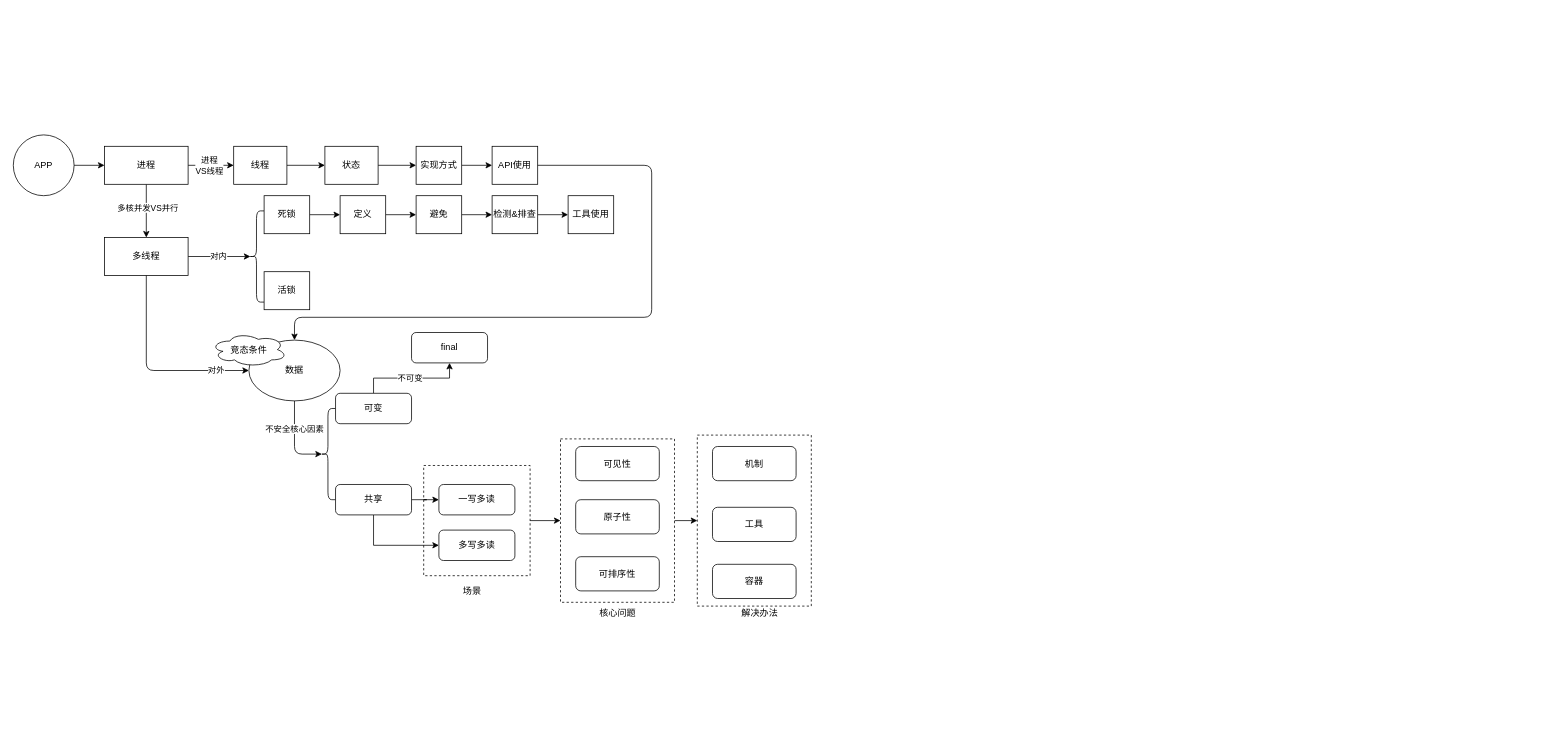
Before: 并发编程.drawio in xiaochengxinyizhan/Three-Year-Plan, a draw.io diagram. Source tidied: cells renumbered, new cells numbered last; positions are measured from the earlier drawing's top-left corner, leaving out a move shared by most shapes. Both pictures are drawn from the tidied source at 76%, with x=0, y=0 at pixel (13, 135).
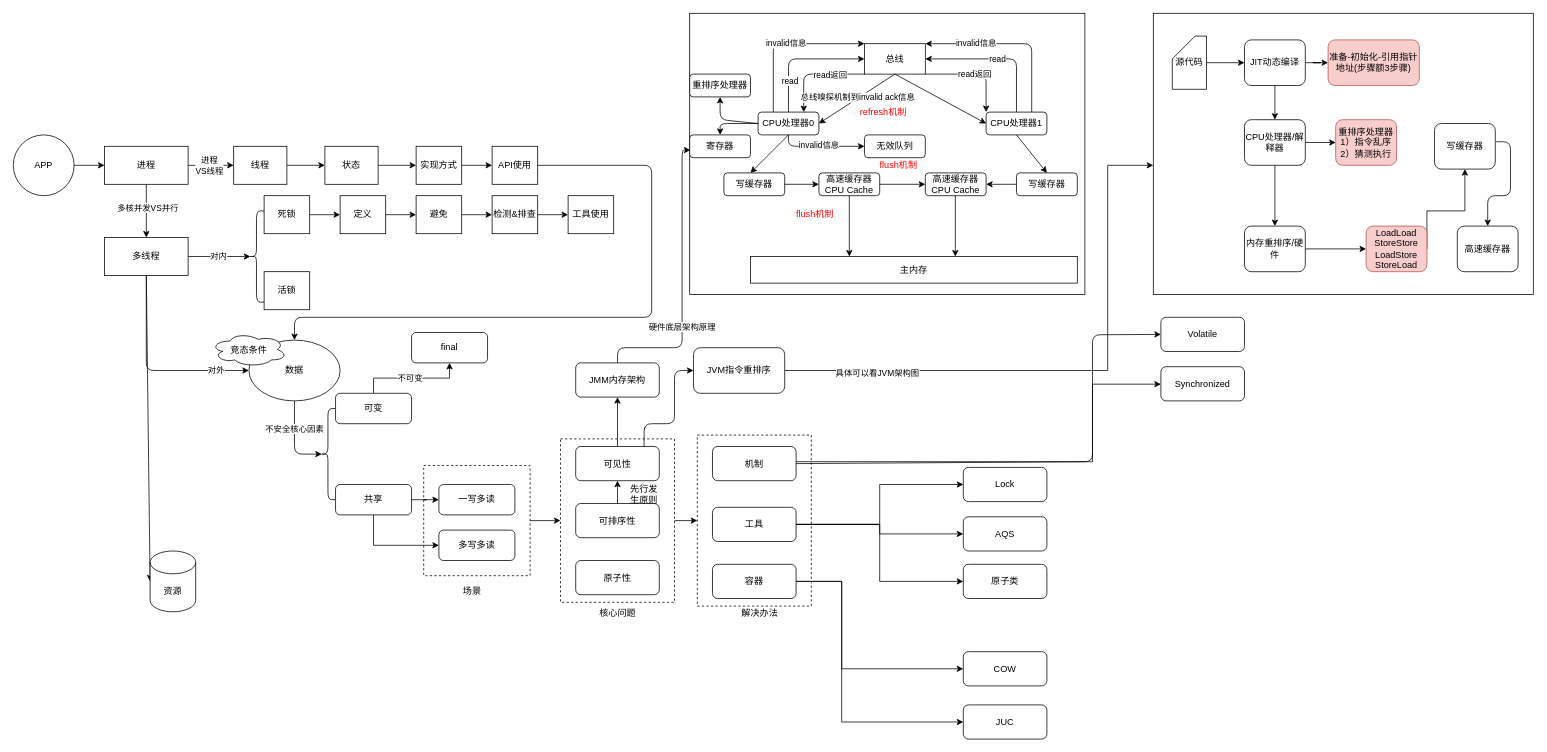
After the change.

The change refers to these unchanged cells:
```xml
<mxCell id="21" value="多线程" style="rounded=0;whiteSpace=wrap;html=1;" parent="1" vertex="1">
  <mxGeometry x="120" y="135" width="110" height="50" as="geometry" />
</mxCell>
<mxCell id="50" value="可见性" style="rounded=1;whiteSpace=wrap;html=1;" parent="1" vertex="1">
  <mxGeometry x="740" y="410" width="110" height="45" as="geometry" />
</mxCell>
<mxCell id="53" value="机制" style="rounded=1;whiteSpace=wrap;html=1;" parent="1" vertex="1">
  <mxGeometry x="920" y="410" width="110" height="45" as="geometry" />
</mxCell>
<mxCell id="57" value="工具" style="rounded=1;whiteSpace=wrap;html=1;" parent="1" vertex="1">
  <mxGeometry x="920" y="490" width="110" height="45" as="geometry" />
</mxCell>
<mxCell id="58" value="容器" style="rounded=1;whiteSpace=wrap;html=1;" parent="1" vertex="1">
  <mxGeometry x="920" y="565" width="110" height="45" as="geometry" />
</mxCell>
```

The edit, as a diff of the source:
```diff
@@
+    <mxCell id="61" style="edgeStyle=orthogonalEdgeStyle;rounded=0;jettySize=auto;html=1;" parent="1" edge="1" source="50" target="75">
+      <mxGeometry relative="1" as="geometry" />
+    </mxCell>
@@
     <mxCell id="51" value="原子性" style="rounded=1;whiteSpace=wrap;html=1;" parent="1" vertex="1">
-      <mxGeometry x="740" y="480" width="110" height="45" as="geometry" />
+      <mxGeometry x="740" y="560" width="110" height="45" as="geometry" />
     </mxCell>
     <mxCell id="52" value="可排序性" style="rounded=1;whiteSpace=wrap;html=1;" parent="1" vertex="1">
-      <mxGeometry x="740" y="555" width="110" height="45" as="geometry" />
+      <mxGeometry x="740" y="485" width="110" height="45" as="geometry" />
     </mxCell>
+    <mxCell id="62" style="edgeStyle=orthogonalEdgeStyle;rounded=0;jettySize=auto;html=1;" parent="1" edge="1" source="53" target="69">
+      <mxGeometry relative="1" as="geometry">
+        <Array as="points">
+          <mxPoint x="1420" y="430" />
+          <mxPoint x="1420" y="328" />
+        </Array>
+      </mxGeometry>
+    </mxCell>
@@
+    <mxCell id="63" style="edgeStyle=orthogonalEdgeStyle;rounded=0;jettySize=auto;html=1;exitX=1;exitY=0.5;exitDx=0;exitDy=0;entryX=0;entryY=0.5;entryDx=0;entryDy=0;" parent="1" edge="1" source="57" target="71">
+      <mxGeometry relative="1" as="geometry" />
+    </mxCell>
@@
+    <mxCell id="64" style="edgeStyle=orthogonalEdgeStyle;rounded=0;jettySize=auto;html=1;entryX=0;entryY=0.5;entryDx=0;entryDy=0;" parent="1" edge="1" source="58" target="76">
+      <mxGeometry relative="1" as="geometry">
+        <Array as="points">
+          <mxPoint x="1090" y="588" />
+          <mxPoint x="1090" y="703" />
+        </Array>
+      </mxGeometry>
+    </mxCell>
@@
+    <mxCell id="65" style="endArrow=classic;html=1;exitX=0.5;exitY=1;exitDx=0;exitDy=0;entryX=0;entryY=0.5;entryDx=0;entryDy=0;entryPerimeter=0;" parent="1" edge="1" source="21" target="66">
+      <mxGeometry relative="1" as="geometry" />
+    </mxCell>
+    <mxCell id="66" value="资源" style="shape=cylinder3;whiteSpace=wrap;html=1;boundedLbl=1;backgroundOutline=1;size=15;" parent="1" vertex="1">
+      <mxGeometry x="180" y="547.5" width="60" height="80" as="geometry" />
+    </mxCell>
+    <mxCell id="67" style="endArrow=classic;html=1;exitX=1;exitY=0.5;exitDx=0;exitDy=0;entryX=0;entryY=0.5;entryDx=0;entryDy=0;" parent="1" edge="1" source="53" target="68">
+      <mxGeometry relative="1" as="geometry">
+        <Array as="points">
+          <mxPoint x="1420" y="430" />
+          <mxPoint x="1420" y="263" />
+        </Array>
+      </mxGeometry>
+    </mxCell>
+    <mxCell id="68" value="Volatile" style="rounded=1;whiteSpace=wrap;html=1;" parent="1" vertex="1">
+      <mxGeometry x="1510" y="240" width="110" height="45" as="geometry" />
+    </mxCell>
+    <mxCell id="69" value="Synchronized" style="rounded=1;whiteSpace=wrap;html=1;" parent="1" vertex="1">
+      <mxGeometry x="1510" y="305" width="110" height="45" as="geometry" />
+    </mxCell>
+    <mxCell id="70" value="Lock" style="rounded=1;whiteSpace=wrap;html=1;" parent="1" vertex="1">
+      <mxGeometry x="1250" y="437.5" width="110" height="45" as="geometry" />
+    </mxCell>
+    <mxCell id="71" value="AQS" style="rounded=1;whiteSpace=wrap;html=1;" parent="1" vertex="1">
+      <mxGeometry x="1250" y="502.5" width="110" height="45" as="geometry" />
+    </mxCell>
+    <mxCell id="72" style="edgeStyle=orthogonalEdgeStyle;rounded=0;jettySize=auto;html=1;exitX=1;exitY=0.5;exitDx=0;exitDy=0;entryX=0;entryY=0.5;entryDx=0;entryDy=0;" parent="1" edge="1" source="57" target="70">
+      <mxGeometry relative="1" as="geometry" />
+    </mxCell>
+    <mxCell id="73" value="原子类" style="rounded=1;whiteSpace=wrap;html=1;" parent="1" vertex="1">
+      <mxGeometry x="1250" y="565" width="110" height="45" as="geometry" />
+    </mxCell>
+    <mxCell id="74" style="edgeStyle=orthogonalEdgeStyle;rounded=0;jettySize=auto;html=1;exitX=1;exitY=0.5;exitDx=0;exitDy=0;entryX=0;entryY=0.5;entryDx=0;entryDy=0;" parent="1" edge="1" source="57" target="73">
+      <mxGeometry relative="1" as="geometry" />
+    </mxCell>
+    <mxCell id="75" value="JMM内存架构" style="rounded=1;whiteSpace=wrap;html=1;" parent="1" vertex="1">
+      <mxGeometry x="740" y="300" width="110" height="45" as="geometry" />
+    </mxCell>
+    <mxCell id="76" value="COW" style="rounded=1;whiteSpace=wrap;html=1;" parent="1" vertex="1">
+      <mxGeometry x="1250" y="680" width="110" height="45" as="geometry" />
+    </mxCell>
+    <mxCell id="77" value="JUC" style="rounded=1;whiteSpace=wrap;html=1;" parent="1" vertex="1">
+      <mxGeometry x="1250" y="750" width="110" height="45" as="geometry" />
+    </mxCell>
+    <mxCell id="78" style="edgeStyle=orthogonalEdgeStyle;rounded=0;jettySize=auto;html=1;entryX=0;entryY=0.5;entryDx=0;entryDy=0;exitX=1;exitY=0.5;exitDx=0;exitDy=0;" parent="1" edge="1" source="58" target="77">
+      <mxGeometry relative="1" as="geometry">
+        <Array as="points">
+          <mxPoint x="1090" y="588" />
+          <mxPoint x="1090" y="773" />
+        </Array>
+      </mxGeometry>
+    </mxCell>
+    <mxCell id="79" style="endArrow=classic;html=1;exitX=0.5;exitY=0;exitDx=0;exitDy=0;entryX=0.002;entryY=0.486;entryDx=0;entryDy=0;entryPerimeter=0;" parent="1" edge="1" source="75" target="81">
+      <mxGeometry relative="1" as="geometry">
+        <Array as="points">
+          <mxPoint x="795" y="280" />
+          <mxPoint x="880" y="280" />
+          <mxPoint x="880" y="20" />
+        </Array>
+      </mxGeometry>
+    </mxCell>
+    <mxCell id="80" value="硬件底层架构原理" style="edgeLabel;html=1;align=center;verticalAlign=middle;" parent="79" vertex="1">
+      <mxGeometry x="-0.29" y="1" relative="1" as="geometry" />
+    </mxCell>
+    <mxCell id="81" style="rounded=0;whiteSpace=wrap;html=1;" parent="1" vertex="1">
+      <mxGeometry x="890" y="-160" width="520" height="370" as="geometry" />
+    </mxCell>
+    <mxCell id="82" value="主内存" style="rounded=0;whiteSpace=wrap;html=1;" parent="1" vertex="1">
+      <mxGeometry x="970" y="160" width="430" height="35" as="geometry" />
+    </mxCell>
+    <mxCell id="83" value="CPU处理器0" style="rounded=1;whiteSpace=wrap;html=1;" parent="1" vertex="1">
+      <mxGeometry x="980" y="-30" width="80" height="30" as="geometry" />
+    </mxCell>
+    <mxCell id="84" value="总线" style="rounded=0;whiteSpace=wrap;html=1;" parent="1" vertex="1">
+      <mxGeometry x="1120" y="-120" width="80" height="40" as="geometry" />
+    </mxCell>
+    <mxCell id="85" style="endArrow=classic;html=1;exitX=0.5;exitY=0;exitDx=0;exitDy=0;" parent="1" edge="1" source="83">
+      <mxGeometry relative="1" as="geometry">
+        <mxPoint x="1120" y="-100" as="targetPoint" />
+        <Array as="points">
+          <mxPoint x="1020" y="-100" />
+        </Array>
+      </mxGeometry>
+    </mxCell>
+    <mxCell id="86" value="read" style="edgeLabel;html=1;align=center;verticalAlign=middle;" parent="85" vertex="1">
+      <mxGeometry x="-0.51" y="-1" relative="1" as="geometry" />
+    </mxCell>
+    <mxCell id="87" style="endArrow=classic;html=1;entryX=0.75;entryY=0;entryDx=0;entryDy=0;exitX=0;exitY=1;exitDx=0;exitDy=0;" parent="1" edge="1" source="84" target="83">
+      <mxGeometry relative="1" as="geometry">
+        <Array as="points">
+          <mxPoint x="1040" y="-80" />
+        </Array>
+      </mxGeometry>
+    </mxCell>
+    <mxCell id="88" value="read返回" style="edgeLabel;html=1;align=center;verticalAlign=middle;" parent="87" vertex="1">
+      <mxGeometry x="-0.29" relative="1" as="geometry" />
+    </mxCell>
+    <mxCell id="89" style="endArrow=classic;html=1;entryX=1;entryY=0.5;entryDx=0;entryDy=0;exitX=0.5;exitY=1;exitDx=0;exitDy=0;" parent="1" edge="1" source="84" target="83">
+      <mxGeometry relative="1" as="geometry" />
+    </mxCell>
+    <mxCell id="90" value="总线嗅探机制到invalid ack信息" style="edgeLabel;html=1;align=center;verticalAlign=middle;" parent="89" vertex="1">
+      <mxGeometry x="-0.03" y="-1" relative="1" as="geometry" />
+    </mxCell>
+    <mxCell id="91" style="endArrow=classic;html=1;exitX=0.25;exitY=0;exitDx=0;exitDy=0;entryX=0;entryY=0;entryDx=0;entryDy=0;" parent="1" edge="1" source="83" target="84">
+      <mxGeometry relative="1" as="geometry">
+        <Array as="points">
+          <mxPoint x="1000" y="-120" />
+        </Array>
+      </mxGeometry>
+    </mxCell>
+    <mxCell id="92" value="invalid信息" style="edgeLabel;html=1;align=center;verticalAlign=middle;" parent="91" vertex="1">
+      <mxGeometry x="0.01" y="1" relative="1" as="geometry" />
+    </mxCell>
+    <mxCell id="93" value="&lt;font color=&quot;#ff0000&quot;&gt;refresh机制&lt;/font&gt;" style="text;html=1;strokeColor=none;fillColor=none;align=center;verticalAlign=middle;whiteSpace=wrap;rounded=0;" parent="1" vertex="1">
+      <mxGeometry x="1100" y="-40" width="90" height="20" as="geometry" />
+    </mxCell>
+    <mxCell id="94" style="edgeStyle=orthogonalEdgeStyle;rounded=0;jettySize=auto;html=1;" parent="1" edge="1" source="95" target="101">
+      <mxGeometry relative="1" as="geometry" />
+    </mxCell>
+    <mxCell id="95" value="高速缓存器&lt;br&gt;CPU Cache" style="rounded=1;whiteSpace=wrap;html=1;" parent="1" vertex="1">
+      <mxGeometry x="1060" y="50" width="80" height="30" as="geometry" />
+    </mxCell>
+    <mxCell id="96" value="写缓存器" style="rounded=1;whiteSpace=wrap;html=1;" parent="1" vertex="1">
+      <mxGeometry x="935" y="50" width="80" height="30" as="geometry" />
+    </mxCell>
+    <mxCell id="97" style="endArrow=classic;html=1;exitX=0.5;exitY=1;exitDx=0;exitDy=0;" parent="1" edge="1" source="83">
+      <mxGeometry relative="1" as="geometry">
+        <mxPoint x="970" y="50" as="targetPoint" />
+      </mxGeometry>
+    </mxCell>
+    <mxCell id="98" style="endArrow=classic;html=1;entryX=0;entryY=0.5;entryDx=0;entryDy=0;exitX=1;exitY=0.5;exitDx=0;exitDy=0;" parent="1" edge="1" source="96" target="95">
+      <mxGeometry relative="1" as="geometry" />
+    </mxCell>
+    <mxCell id="99" style="endArrow=classic;html=1;exitX=0.5;exitY=1;exitDx=0;exitDy=0;" parent="1" edge="1" source="95">
+      <mxGeometry relative="1" as="geometry">
+        <mxPoint x="1100" y="160" as="targetPoint" />
+      </mxGeometry>
+    </mxCell>
+    <mxCell id="100" value="&lt;font color=&quot;#ff0000&quot;&gt;flush机制&lt;/font&gt;" style="text;html=1;strokeColor=none;fillColor=none;align=center;verticalAlign=middle;whiteSpace=wrap;rounded=0;" parent="1" vertex="1">
+      <mxGeometry x="1010" y="95" width="90" height="20" as="geometry" />
+    </mxCell>
+    <mxCell id="101" value="高速缓存器&lt;br&gt;CPU Cache" style="rounded=1;whiteSpace=wrap;html=1;" parent="1" vertex="1">
+      <mxGeometry x="1200" y="50" width="80" height="30" as="geometry" />
+    </mxCell>
+    <mxCell id="102" value="&lt;font color=&quot;#ff0000&quot;&gt;flush机制&lt;/font&gt;" style="text;html=1;strokeColor=none;fillColor=none;align=center;verticalAlign=middle;whiteSpace=wrap;rounded=0;" parent="1" vertex="1">
+      <mxGeometry x="1120" y="30" width="90" height="20" as="geometry" />
+    </mxCell>
+    <mxCell id="103" style="edgeStyle=orthogonalEdgeStyle;rounded=0;jettySize=auto;html=1;entryX=1;entryY=0.5;entryDx=0;entryDy=0;" parent="1" edge="1" source="104" target="101">
+      <mxGeometry relative="1" as="geometry" />
+    </mxCell>
+    <mxCell id="104" value="写缓存器" style="rounded=1;whiteSpace=wrap;html=1;" parent="1" vertex="1">
+      <mxGeometry x="1320" y="50" width="80" height="30" as="geometry" />
+    </mxCell>
+    <mxCell id="105" value="CPU处理器1" style="rounded=1;whiteSpace=wrap;html=1;" parent="1" vertex="1">
+      <mxGeometry x="1280" y="-30" width="80" height="30" as="geometry" />
+    </mxCell>
+    <mxCell id="106" style="endArrow=classic;html=1;entryX=0.5;entryY=0;entryDx=0;entryDy=0;exitX=0.5;exitY=1;exitDx=0;exitDy=0;" parent="1" edge="1" source="105" target="104">
+      <mxGeometry relative="1" as="geometry" />
+    </mxCell>
+    <mxCell id="107" style="endArrow=classic;html=1;exitX=0.75;exitY=0;exitDx=0;exitDy=0;entryX=1;entryY=0;entryDx=0;entryDy=0;" parent="1" edge="1" source="105" target="84">
+      <mxGeometry relative="1" as="geometry">
+        <Array as="points">
+          <mxPoint x="1340" y="-120" />
+        </Array>
+      </mxGeometry>
+    </mxCell>
+    <mxCell id="108" value="invalid信息" style="edgeLabel;html=1;align=center;verticalAlign=middle;" parent="107" vertex="1">
+      <mxGeometry x="0.43" y="-2" relative="1" as="geometry" />
+    </mxCell>
+    <mxCell id="109" value="read" style="endArrow=classic;html=1;entryX=1;entryY=0.5;entryDx=0;entryDy=0;exitX=0.5;exitY=0;exitDx=0;exitDy=0;" parent="1" edge="1" source="105" target="84">
+      <mxGeometry relative="1" as="geometry">
+        <Array as="points">
+          <mxPoint x="1320" y="-100" />
+        </Array>
+      </mxGeometry>
+    </mxCell>
+    <mxCell id="110" value="read返回" style="endArrow=classic;html=1;entryX=0;entryY=0;entryDx=0;entryDy=0;" parent="1" edge="1" target="105">
+      <mxGeometry relative="1" as="geometry">
+        <mxPoint x="1200" y="-80" as="sourcePoint" />
+        <Array as="points">
+          <mxPoint x="1280" y="-80" />
+        </Array>
+      </mxGeometry>
+    </mxCell>
+    <mxCell id="111" style="endArrow=classic;html=1;entryX=0;entryY=0.5;entryDx=0;entryDy=0;" parent="1" edge="1" target="105">
+      <mxGeometry relative="1" as="geometry">
+        <mxPoint x="1160" y="-80" as="sourcePoint" />
+      </mxGeometry>
+    </mxCell>
+    <mxCell id="112" style="endArrow=classic;html=1;exitX=0.5;exitY=1;exitDx=0;exitDy=0;" parent="1" edge="1">
+      <mxGeometry relative="1" as="geometry">
+        <mxPoint x="1239.5" y="80" as="sourcePoint" />
+        <mxPoint x="1239.5" y="160" as="targetPoint" />
+      </mxGeometry>
+    </mxCell>
+    <mxCell id="113" value="重排序处理器" style="rounded=1;whiteSpace=wrap;html=1;" parent="1" vertex="1">
+      <mxGeometry x="890" y="-80" width="80" height="30" as="geometry" />
+    </mxCell>
+    <mxCell id="114" value="寄存器" style="rounded=1;whiteSpace=wrap;html=1;" parent="1" vertex="1">
+      <mxGeometry x="890" width="80" height="30" as="geometry" />
+    </mxCell>
+    <mxCell id="115" style="endArrow=classic;html=1;exitX=0;exitY=0.5;exitDx=0;exitDy=0;entryX=0.5;entryY=0;entryDx=0;entryDy=0;" parent="1" edge="1" source="83" target="114">
+      <mxGeometry relative="1" as="geometry">
+        <Array as="points">
+          <mxPoint x="930" y="-15" />
+        </Array>
+      </mxGeometry>
+    </mxCell>
+    <mxCell id="116" style="endArrow=classic;html=1;entryX=0.5;entryY=1;entryDx=0;entryDy=0;exitX=0;exitY=0.5;exitDx=0;exitDy=0;" parent="1" edge="1" source="83" target="113">
+      <mxGeometry relative="1" as="geometry">
+        <Array as="points">
+          <mxPoint x="930" y="-20" />
+        </Array>
+      </mxGeometry>
+    </mxCell>
+    <mxCell id="117" value="无效队列" style="rounded=1;whiteSpace=wrap;html=1;" parent="1" vertex="1">
+      <mxGeometry x="1120" width="80" height="30" as="geometry" />
+    </mxCell>
+    <mxCell id="118" style="endArrow=classic;html=1;entryX=0;entryY=0.5;entryDx=0;entryDy=0;exitX=0.5;exitY=1;exitDx=0;exitDy=0;" parent="1" edge="1" source="83" target="117">
+      <mxGeometry relative="1" as="geometry">
+        <Array as="points">
+          <mxPoint x="1020" y="15" />
+        </Array>
+      </mxGeometry>
+    </mxCell>
+    <mxCell id="119" value="invalid信息" style="edgeLabel;html=1;align=center;verticalAlign=middle;" parent="118" vertex="1">
+      <mxGeometry x="-0.06" y="2" relative="1" as="geometry" />
+    </mxCell>
+    <mxCell id="120" style="endArrow=classic;html=1;entryX=0;entryY=0.5;entryDx=0;entryDy=0;" parent="1" edge="1" target="123">
+      <mxGeometry relative="1" as="geometry">
+        <mxPoint x="830" y="410" as="sourcePoint" />
+        <Array as="points">
+          <mxPoint x="830" y="380" />
+          <mxPoint x="870" y="380" />
+          <mxPoint x="870" y="310" />
+        </Array>
+      </mxGeometry>
+    </mxCell>
+    <mxCell id="121" style="edgeStyle=orthogonalEdgeStyle;rounded=0;jettySize=auto;html=1;exitX=1;exitY=0.5;exitDx=0;exitDy=0;" parent="1" edge="1" source="123" target="124">
+      <mxGeometry relative="1" as="geometry">
+        <Array as="points">
+          <mxPoint x="1440" y="310" />
+          <mxPoint x="1440" y="40" />
+        </Array>
+      </mxGeometry>
+    </mxCell>
+    <mxCell id="122" value="具体可以看JVM架构图" style="edgeLabel;html=1;align=center;verticalAlign=middle;" parent="121" vertex="1">
+      <mxGeometry x="-0.68" y="-3" relative="1" as="geometry" />
+    </mxCell>
+    <mxCell id="123" value="JVM指令重排序" style="rounded=1;whiteSpace=wrap;html=1;" parent="1" vertex="1">
+      <mxGeometry x="895" y="280" width="120" height="60" as="geometry" />
+    </mxCell>
+    <mxCell id="124" style="whiteSpace=wrap;html=1;rounded=0;" parent="1" vertex="1">
+      <mxGeometry x="1500" y="-160" width="500" height="370" as="geometry" />
+    </mxCell>
+    <mxCell id="125" value="源代码" style="shape=card;whiteSpace=wrap;html=1;rounded=0;" parent="1" vertex="1">
+      <mxGeometry x="1525" y="-130" width="45" height="70" as="geometry" />
+    </mxCell>
+    <mxCell id="126" style="edgeStyle=orthogonalEdgeStyle;rounded=0;jettySize=auto;html=1;" parent="1" edge="1" source="128" target="129">
+      <mxGeometry relative="1" as="geometry" />
+    </mxCell>
+    <mxCell id="127" style="edgeStyle=orthogonalEdgeStyle;rounded=0;jettySize=auto;html=1;" parent="1" edge="1" source="128" target="133">
+      <mxGeometry relative="1" as="geometry" />
+    </mxCell>
+    <mxCell id="128" value="JIT动态编译" style="rounded=1;whiteSpace=wrap;html=1;" parent="1" vertex="1">
+      <mxGeometry x="1620" y="-125" width="80" height="60" as="geometry" />
+    </mxCell>
+    <mxCell id="129" value="准备-初始化-引用指针地址(步骤额3步骤)" style="rounded=1;whiteSpace=wrap;html=1;fillColor=#f8cecc;strokeColor=#b85450;" parent="1" vertex="1">
+      <mxGeometry x="1730" y="-125" width="120" height="60" as="geometry" />
+    </mxCell>
+    <mxCell id="130" style="endArrow=classic;html=1;entryX=0;entryY=0.5;entryDx=0;entryDy=0;" parent="1" edge="1" source="125" target="128">
+      <mxGeometry relative="1" as="geometry" />
+    </mxCell>
+    <mxCell id="131" style="edgeStyle=orthogonalEdgeStyle;rounded=0;jettySize=auto;html=1;" parent="1" edge="1" source="133" target="135">
+      <mxGeometry relative="1" as="geometry" />
+    </mxCell>
+    <mxCell id="132" style="edgeStyle=orthogonalEdgeStyle;rounded=0;jettySize=auto;html=1;" parent="1" edge="1" source="133" target="139">
+      <mxGeometry relative="1" as="geometry" />
+    </mxCell>
+    <mxCell id="133" value="CPU处理器/解释器" style="rounded=1;whiteSpace=wrap;html=1;" parent="1" vertex="1">
+      <mxGeometry x="1620" y="-20" width="80" height="60" as="geometry" />
+    </mxCell>
+    <mxCell id="134" style="edgeStyle=orthogonalEdgeStyle;rounded=0;jettySize=auto;html=1;exitX=1;exitY=0.5;exitDx=0;exitDy=0;" parent="1" edge="1" source="142" target="136">
+      <mxGeometry relative="1" as="geometry">
+        <Array as="points">
+          <mxPoint x="1860" y="100" />
+          <mxPoint x="1910" y="100" />
+        </Array>
+      </mxGeometry>
+    </mxCell>
+    <mxCell id="135" value="重排序处理器&lt;br&gt;1）指令乱序&lt;br&gt;2）猜测执行" style="rounded=1;whiteSpace=wrap;html=1;fillColor=#f8cecc;strokeColor=#b85450;" parent="1" vertex="1">
+      <mxGeometry x="1740" y="-20" width="80" height="60" as="geometry" />
+    </mxCell>
+    <mxCell id="136" value="写缓存器" style="rounded=1;whiteSpace=wrap;html=1;" parent="1" vertex="1">
+      <mxGeometry x="1870" y="-15" width="80" height="60" as="geometry" />
+    </mxCell>
+    <mxCell id="137" value="高速缓存器" style="rounded=1;whiteSpace=wrap;html=1;" parent="1" vertex="1">
+      <mxGeometry x="1900" y="120" width="80" height="60" as="geometry" />
+    </mxCell>
+    <mxCell id="138" style="edgeStyle=orthogonalEdgeStyle;rounded=0;jettySize=auto;html=1;" parent="1" edge="1" source="139" target="142">
+      <mxGeometry relative="1" as="geometry" />
+    </mxCell>
+    <mxCell id="139" value="内存重排序/硬件" style="rounded=1;whiteSpace=wrap;html=1;" parent="1" vertex="1">
+      <mxGeometry x="1620" y="120" width="80" height="60" as="geometry" />
+    </mxCell>
+    <mxCell id="140" style="endArrow=classic;html=1;entryX=0.5;entryY=1;entryDx=0;entryDy=0;exitX=0.5;exitY=0;exitDx=0;exitDy=0;" parent="1" edge="1" source="52" target="50">
+      <mxGeometry relative="1" as="geometry" />
+    </mxCell>
+    <mxCell id="141" value="先行发生原则" style="text;html=1;strokeColor=none;fillColor=none;align=center;verticalAlign=middle;whiteSpace=wrap;rounded=0;" parent="1" vertex="1">
+      <mxGeometry x="810" y="463" width="40" height="20" as="geometry" />
+    </mxCell>
+    <mxCell id="142" value="LoadLoad&lt;br&gt;StoreStore&lt;br&gt;LoadStore&lt;br&gt;StoreLoad" style="rounded=1;whiteSpace=wrap;html=1;fillColor=#f8cecc;strokeColor=#b85450;" parent="1" vertex="1">
+      <mxGeometry x="1780" y="120" width="80" height="60" as="geometry" />
+    </mxCell>
+    <mxCell id="143" style="endArrow=classic;html=1;entryX=0.5;entryY=0;entryDx=0;entryDy=0;exitX=1.013;exitY=0.4;exitDx=0;exitDy=0;exitPerimeter=0;" parent="1" edge="1" source="136" target="137">
+      <mxGeometry relative="1" as="geometry">
+        <Array as="points">
+          <mxPoint x="1970" y="9" />
+          <mxPoint x="1970" y="80" />
+          <mxPoint x="1940" y="80" />
+        </Array>
+      </mxGeometry>
+    </mxCell>
```
